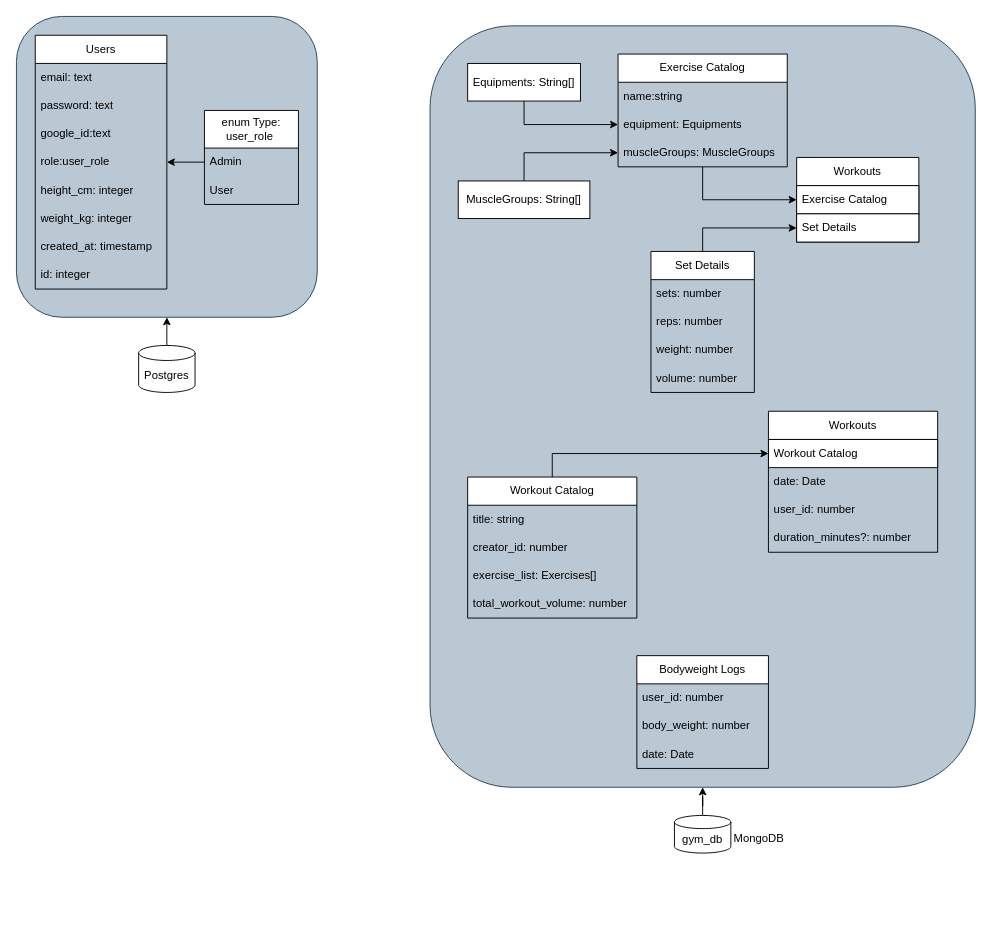
This is Plan/Gym_DB.drawio from IIMaksymilianDymitrII/Backend-Examination, a draw.io file, before an edit. Source tidied: cells renumbered, new cells numbered last; positions are measured from the earlier drawing's top-left corner, leaving out a move shared by most shapes. Both pictures are drawn from the tidied source at 94%, with x=0, y=0 at pixel (16, 16).
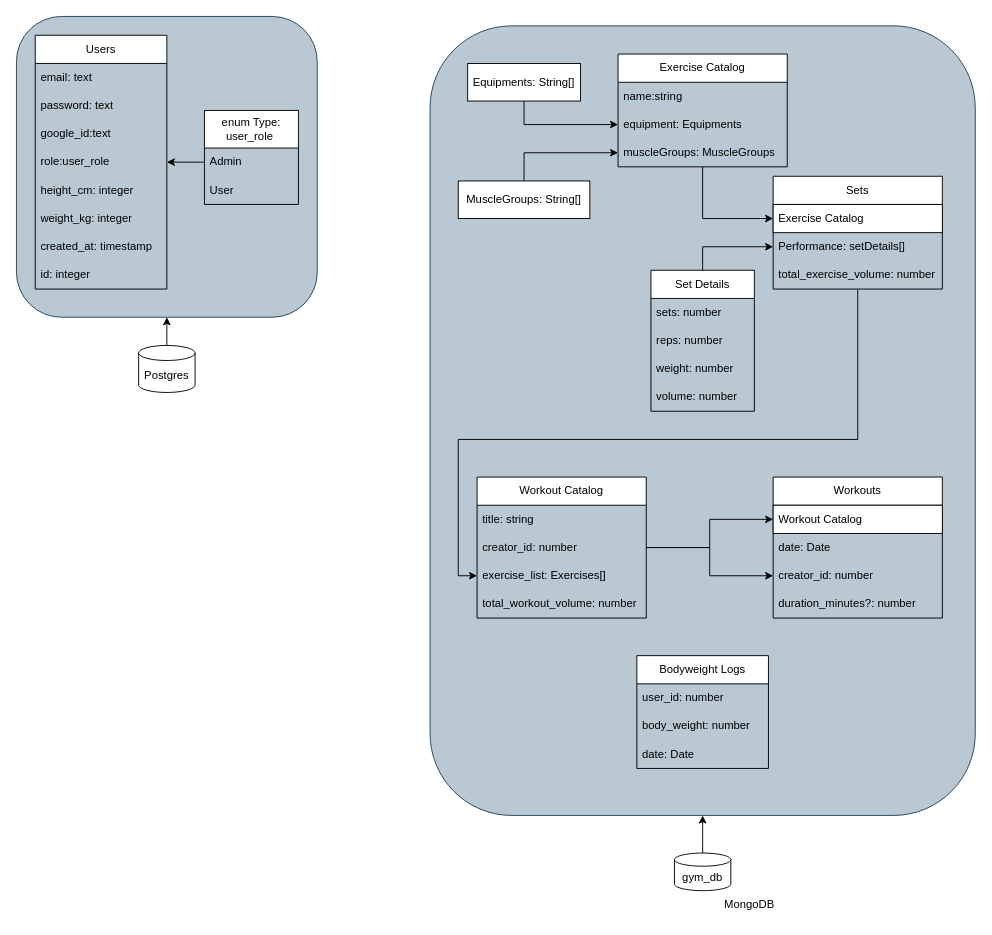
The same page after the edit.

Unchanged cells that the change refers to:
```xml
<mxCell id="31" value="creator_id: number" style="text;strokeColor=none;fillColor=none;align=left;verticalAlign=middle;spacingLeft=4;spacingRight=4;overflow=hidden;points=[[0,0.5],[1,0.5]];portConstraint=eastwest;whiteSpace=wrap;html=1;" parent="29" vertex="1">
  <mxGeometry y="60" width="180" height="30" as="geometry" />
</mxCell>
<mxCell id="32" value="exercise_list: Exercises[]" style="text;strokeColor=none;fillColor=none;align=left;verticalAlign=middle;spacingLeft=4;spacingRight=4;overflow=hidden;points=[[0,0.5],[1,0.5]];portConstraint=eastwest;whiteSpace=wrap;html=1;" parent="29" vertex="1">
  <mxGeometry y="90" width="180" height="30" as="geometry" />
</mxCell>
<mxCell id="35" value="Workout Catalog" style="text;strokeColor=default;fillColor=default;align=left;verticalAlign=middle;spacingLeft=4;spacingRight=4;overflow=hidden;points=[[0,0.5],[1,0.5]];portConstraint=eastwest;whiteSpace=wrap;html=1;gradientColor=none;rounded=0;shadow=0;glass=0;perimeterSpacing=0;" parent="34" vertex="1">
  <mxGeometry y="30" width="180" height="30" as="geometry" />
</mxCell>
```

Change to the diagram source:
```diff
@@
     <mxCell id="3" style="rounded=1;whiteSpace=wrap;html=1;fillColor=#bac8d3;strokeColor=#23445d;" parent="1" vertex="1">
-      <mxGeometry x="440" y="10" width="580" height="810" as="geometry" />
+      <mxGeometry x="440" y="10" width="580" height="840" as="geometry" />
     </mxCell>
@@
     <mxCell id="23" value="Set Details" style="swimlane;fontStyle=0;horizontal=1;startSize=30;whiteSpace=wrap;html=1;" parent="1" vertex="1">
-      <mxGeometry x="675" y="250" width="110" height="150" as="geometry" />
+      <mxGeometry x="675" y="270" width="110" height="150" as="geometry" />
     </mxCell>
@@
     <mxCell id="28" style="edgeStyle=orthogonalEdgeStyle;rounded=0;jettySize=auto;html=1;entryX=0;entryY=0.5;entryDx=0;entryDy=0;" parent="1" edge="1" source="29" target="35">
-      <mxGeometry relative="1" as="geometry">
-        <Array as="points">
-          <mxPoint x="570" y="465" />
-        </Array>
-      </mxGeometry>
+      <mxGeometry relative="1" as="geometry" />
     </mxCell>
     <mxCell id="29" value="Workout Catalog" style="swimlane;fontStyle=0;horizontal=1;startSize=30;whiteSpace=wrap;html=1;" parent="1" vertex="1">
-      <mxGeometry x="480" y="490" width="180" height="150" as="geometry" />
+      <mxGeometry x="490" y="490" width="180" height="150" as="geometry" />
     </mxCell>
@@
     <mxCell id="34" value="Workouts" style="swimlane;fontStyle=0;horizontal=1;startSize=30;whiteSpace=wrap;html=1;" parent="1" vertex="1">
-      <mxGeometry x="800" y="420" width="180" height="150" as="geometry" />
+      <mxGeometry x="805" y="490" width="180" height="150" as="geometry" />
     </mxCell>
@@
-    <mxCell id="37" value="user_id: number" style="text;strokeColor=none;fillColor=none;align=left;verticalAlign=middle;spacingLeft=4;spacingRight=4;overflow=hidden;points=[[0,0.5],[1,0.5]];portConstraint=eastwest;whiteSpace=wrap;html=1;" parent="34" vertex="1">
+    <mxCell id="37" value="creator_id: number" style="text;strokeColor=none;fillColor=none;align=left;verticalAlign=middle;spacingLeft=4;spacingRight=4;overflow=hidden;points=[[0,0.5],[1,0.5]];portConstraint=eastwest;whiteSpace=wrap;html=1;" parent="34" vertex="1">
       <mxGeometry y="90" width="180" height="30" as="geometry" />
     </mxCell>
@@
+    <mxCell id="55" style="edgeStyle=orthogonalEdgeStyle;rounded=0;jettySize=auto;html=1;entryX=0;entryY=0.5;entryDx=0;entryDy=0;" parent="1" edge="1" source="39" target="32">
+      <mxGeometry relative="1" as="geometry">
+        <Array as="points">
+          <mxPoint x="895" y="450" />
+          <mxPoint x="470" y="450" />
+          <mxPoint x="470" y="595" />
+        </Array>
+      </mxGeometry>
+    </mxCell>
-    <mxCell id="39" value="Workouts" style="swimlane;fontStyle=0;horizontal=1;startSize=30;whiteSpace=wrap;html=1;" parent="1" vertex="1">
-      <mxGeometry x="830" y="150" width="130" height="90" as="geometry" />
+    <mxCell id="39" value="Sets" style="swimlane;fontStyle=0;horizontal=1;startSize=30;whiteSpace=wrap;html=1;" parent="1" vertex="1">
+      <mxGeometry x="805" y="170" width="180" height="120" as="geometry" />
     </mxCell>
     <mxCell id="40" value="Exercise Catalog" style="text;strokeColor=default;fillColor=default;align=left;verticalAlign=middle;spacingLeft=4;spacingRight=4;overflow=hidden;points=[[0,0.5],[1,0.5]];portConstraint=eastwest;whiteSpace=wrap;html=1;gradientColor=none;rounded=0;shadow=0;glass=0;perimeterSpacing=0;" parent="39" vertex="1">
-      <mxGeometry y="30" width="130" height="30" as="geometry" />
+      <mxGeometry y="30" width="180" height="30" as="geometry" />
     </mxCell>
-    <mxCell id="41" value="Set Details" style="text;strokeColor=default;fillColor=default;align=left;verticalAlign=middle;spacingLeft=4;spacingRight=4;overflow=hidden;points=[[0,0.5],[1,0.5]];portConstraint=eastwest;whiteSpace=wrap;html=1;gradientColor=none;rounded=0;shadow=0;glass=0;perimeterSpacing=0;" parent="39" vertex="1">
-      <mxGeometry y="60" width="130" height="30" as="geometry" />
+    <mxCell id="41" value="Performance: setDetails[]" style="text;fillColor=none;align=left;verticalAlign=middle;spacingLeft=4;spacingRight=4;overflow=hidden;points=[[0,0.5],[1,0.5]];portConstraint=eastwest;whiteSpace=wrap;html=1;rounded=0;shadow=0;glass=0;perimeterSpacing=0;" parent="39" vertex="1">
+      <mxGeometry y="60" width="180" height="30" as="geometry" />
     </mxCell>
+    <mxCell id="56" value="total_exercise_volume: number" style="text;fillColor=none;align=left;verticalAlign=middle;spacingLeft=4;spacingRight=4;overflow=hidden;whiteSpace=wrap;html=1;rounded=0;shadow=0;glass=0;perimeterSpacing=0;" parent="39" vertex="1">
+      <mxGeometry y="90" width="180" height="30" as="geometry" />
+    </mxCell>
@@
     <mxCell id="51" value="gym_db" style="shape=cylinder3;whiteSpace=wrap;html=1;boundedLbl=1;backgroundOutline=1;size=7;" parent="1" vertex="1">
-      <mxGeometry x="700" y="850" width="60" height="40" as="geometry" />
+      <mxGeometry x="700" y="890" width="60" height="40" as="geometry" />
     </mxCell>
     <mxCell id="52" value="MongoDB" style="text;html=1;whiteSpace=wrap;strokeColor=none;fillColor=none;align=center;verticalAlign=middle;rounded=0;" parent="1" vertex="1">
-      <mxGeometry x="760" y="860" width="60" height="30" as="geometry" />
+      <mxGeometry x="750" y="930" width="60" height="30" as="geometry" />
     </mxCell>
@@
+    <mxCell id="57" style="edgeStyle=orthogonalEdgeStyle;rounded=0;jettySize=auto;html=1;entryX=0;entryY=0.5;entryDx=0;entryDy=0;" parent="1" edge="1" source="31" target="37">
+      <mxGeometry relative="1" as="geometry" />
+    </mxCell>
```
